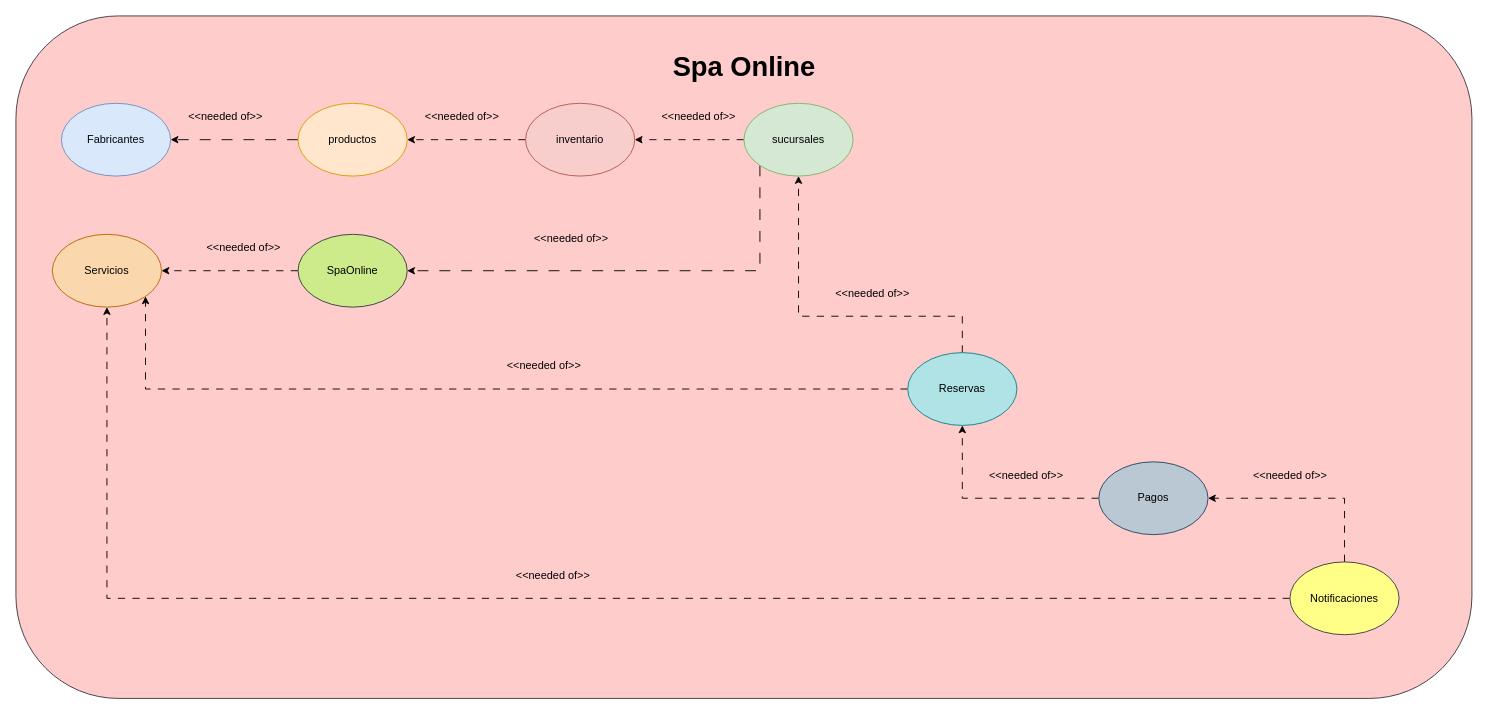
Earlier version of the draw.io diagram page "2. ModeloContextoDeLimitado" (2 of 12) of SpaOnline/ModeloDominioSpa.drawio (cristianospina/DOO). Source tidied: cells renumbered, new cells numbered last; positions are measured from the earlier drawing's top-left corner, leaving out a move shared by most shapes. Both pictures are drawn from the tidied source at 91%, with x=0, y=0 at pixel (15, 15).
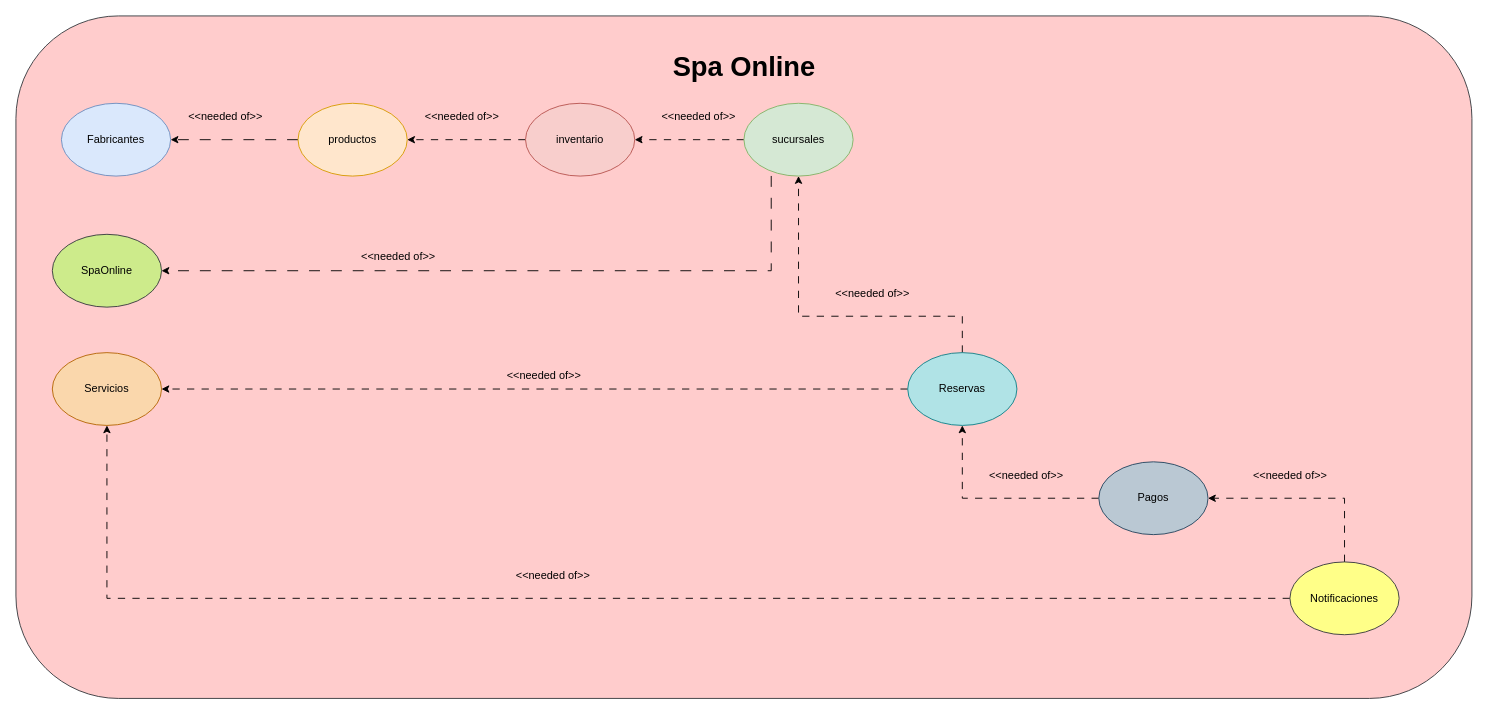
The same page after the edit.

The change refers to these unchanged cells:
```xml
<mxCell id="10" value="sucursales" style="ellipse;whiteSpace=wrap;html=1;fillColor=#d5e8d4;strokeColor=#82b366;" parent="1" vertex="1">
  <mxGeometry x="800" y="96" width="120" height="80" as="geometry" />
</mxCell>
<mxCell id="16" value="Reservas" style="ellipse;whiteSpace=wrap;html=1;fillColor=#b0e3e6;strokeColor=#0e8088;" parent="1" vertex="1">
  <mxGeometry x="980" y="370" width="120" height="80" as="geometry" />
</mxCell>
```

What changed in the source:
```diff
@@
     <mxCell id="9" style="edgeStyle=orthogonalEdgeStyle;rounded=0;jettySize=auto;html=1;exitX=0;exitY=1;exitDx=0;exitDy=0;entryX=1;entryY=0.5;entryDx=0;entryDy=0;dashed=1;dashPattern=12 12;" parent="1" edge="1" source="10" target="21">
       <mxGeometry relative="1" as="geometry">
         <Array as="points">
-          <mxPoint x="818" y="280" />
+          <mxPoint x="830" y="164" />
+          <mxPoint x="830" y="280" />
         </Array>
       </mxGeometry>
     </mxCell>
@@
     <mxCell id="13" value="Servicios" style="ellipse;whiteSpace=wrap;html=1;fillColor=#fad7ac;strokeColor=#b46504;" parent="1" vertex="1">
-      <mxGeometry x="40" y="240" width="120" height="80" as="geometry" />
+      <mxGeometry x="40" y="370" width="120" height="80" as="geometry" />
     </mxCell>
-    <mxCell id="14" style="edgeStyle=orthogonalEdgeStyle;rounded=0;jettySize=auto;html=1;entryX=1;entryY=1;entryDx=0;entryDy=0;dashed=1;dashPattern=8 8;" parent="1" edge="1" source="16" target="13">
+    <mxCell id="14" style="edgeStyle=orthogonalEdgeStyle;rounded=0;jettySize=auto;html=1;entryX=1;entryY=0.5;entryDx=0;entryDy=0;dashed=1;dashPattern=8 8;" parent="1" edge="1" source="16" target="13">
       <mxGeometry relative="1" as="geometry" />
     </mxCell>
@@
-    <mxCell id="20" style="edgeStyle=orthogonalEdgeStyle;rounded=0;jettySize=auto;html=1;dashed=1;dashPattern=8 8;" parent="1" edge="1" source="21" target="13">
-      <mxGeometry relative="1" as="geometry" />
-    </mxCell>
     <mxCell id="21" value="SpaOnline" style="ellipse;whiteSpace=wrap;html=1;fillColor=#cdeb8b;strokeColor=#36393d;" parent="1" vertex="1">
-      <mxGeometry x="310" y="240" width="120" height="80" as="geometry" />
+      <mxGeometry x="40" y="240" width="120" height="80" as="geometry" />
     </mxCell>
@@
     <mxCell id="26" value="&amp;lt;&amp;lt;needed of&amp;gt;&amp;gt;" style="text;html=1;align=center;verticalAlign=middle;strokeColor=none;fillColor=none;" parent="1" vertex="1">
-      <mxGeometry x="530" y="370" width="100" height="30" as="geometry" />
+      <mxGeometry x="530" y="380" width="100" height="30" as="geometry" />
     </mxCell>
-    <mxCell id="27" value="&amp;lt;&amp;lt;needed of&amp;gt;&amp;gt;" style="text;html=1;align=center;verticalAlign=middle;strokeColor=none;fillColor=none;" parent="1" vertex="1">
-      <mxGeometry x="200" y="240" width="100" height="30" as="geometry" />
-    </mxCell>
@@
     <mxCell id="32" value="&amp;lt;&amp;lt;needed of&amp;gt;&amp;gt;" style="text;html=1;align=center;verticalAlign=middle;strokeColor=none;fillColor=none;" parent="1" vertex="1">
-      <mxGeometry x="560" y="230" width="100" height="30" as="geometry" />
+      <mxGeometry x="370" y="250" width="100" height="30" as="geometry" />
     </mxCell>
```
